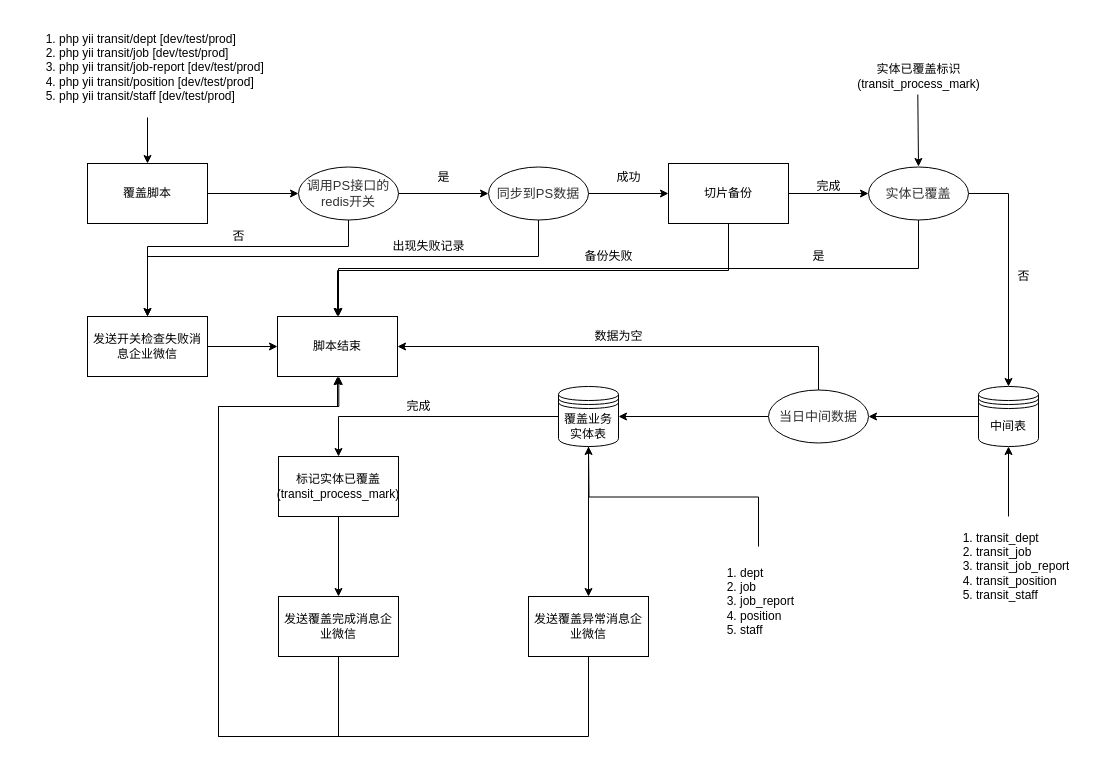
This is page "覆盖业务实体" (3 of 3) of OD-流程图.drawio from wuhialin/flow-chart, a draw.io file, before an edit. Source tidied: cells renumbered, new cells numbered last; positions are measured from the earlier drawing's top-left corner, leaving out a move shared by most shapes. Both pictures are drawn from the tidied source at 100%, with x=0, y=0 at pixel (17, 17).
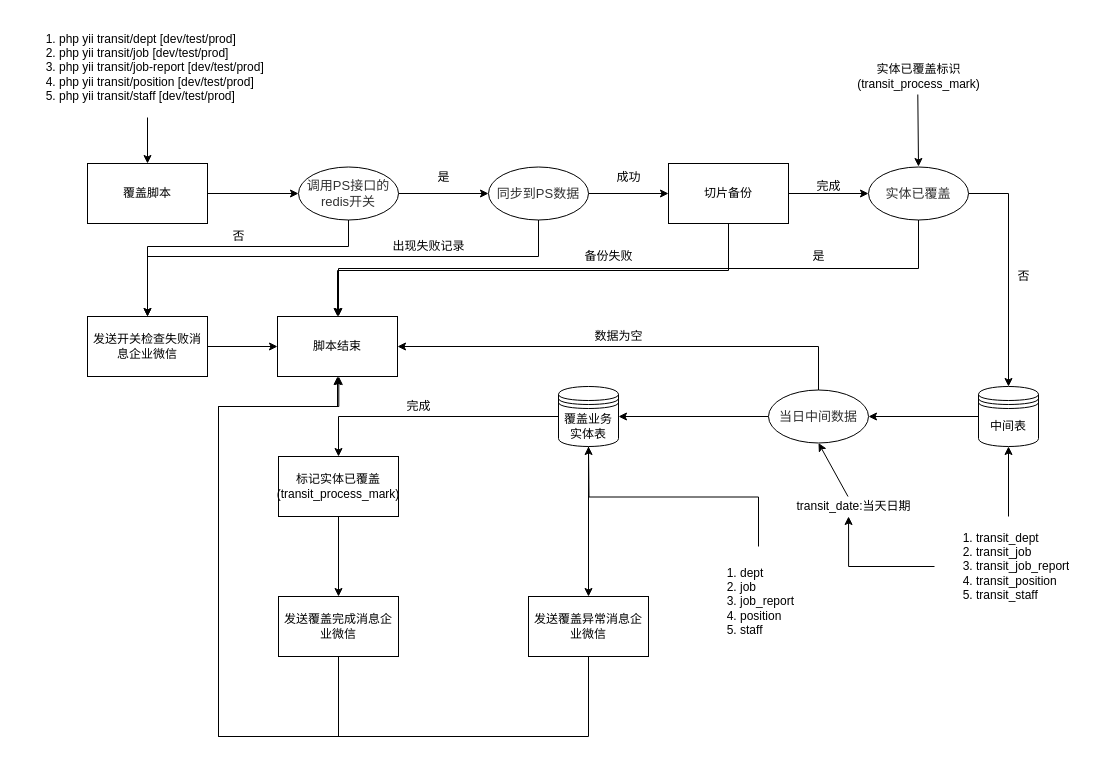
The same page after the edit.

Unchanged cells that the change refers to:
```xml
<mxCell id="34" value="&lt;ol&gt;&lt;li&gt;transit_dept&lt;br&gt;&lt;/li&gt;&lt;li&gt;transit_job&lt;/li&gt;&lt;li&gt;transit_job_report&lt;/li&gt;&lt;li&gt;transit_position&lt;/li&gt;&lt;li&gt;transit_staff&lt;/li&gt;&lt;/ol&gt;" style="text;strokeColor=none;fillColor=none;html=1;whiteSpace=wrap;verticalAlign=middle;overflow=hidden;" parent="1" vertex="1">
  <mxGeometry x="917" y="499" width="148" height="100" as="geometry" />
</mxCell>
<mxCell id="37" value="&lt;font color=&quot;#323232&quot;&gt;&lt;span style=&quot;font-size: 13px ; background-color: rgba(255 , 255 , 255 , 0.01)&quot;&gt;当日中间数据&lt;/span&gt;&lt;/font&gt;" style="ellipse;whiteSpace=wrap;html=1;" parent="1" vertex="1">
  <mxGeometry x="751" y="372.5" width="100" height="53" as="geometry" />
</mxCell>
```

Change to the diagram source:
```diff
@@
+    <mxCell id="51" style="edgeStyle=orthogonalEdgeStyle;rounded=0;jettySize=auto;html=1;exitX=0;exitY=0.5;exitDx=0;exitDy=0;entryX=0.462;entryY=1;entryDx=0;entryDy=0;entryPerimeter=0;" parent="1" edge="1" source="34" target="52">
+      <mxGeometry relative="1" as="geometry" />
+    </mxCell>
@@
+    <mxCell id="52" value="transit_date:当天日期" style="text;html=1;align=center;verticalAlign=middle;points=[];" parent="1" vertex="1">
+      <mxGeometry x="771" y="479" width="130" height="20" as="geometry" />
+    </mxCell>
+    <mxCell id="53" style="endArrow=classic;html=1;entryX=0.5;entryY=1;entryDx=0;entryDy=0;" parent="1" edge="1" source="52" target="37">
+      <mxGeometry relative="1" as="geometry" />
+    </mxCell>
```
